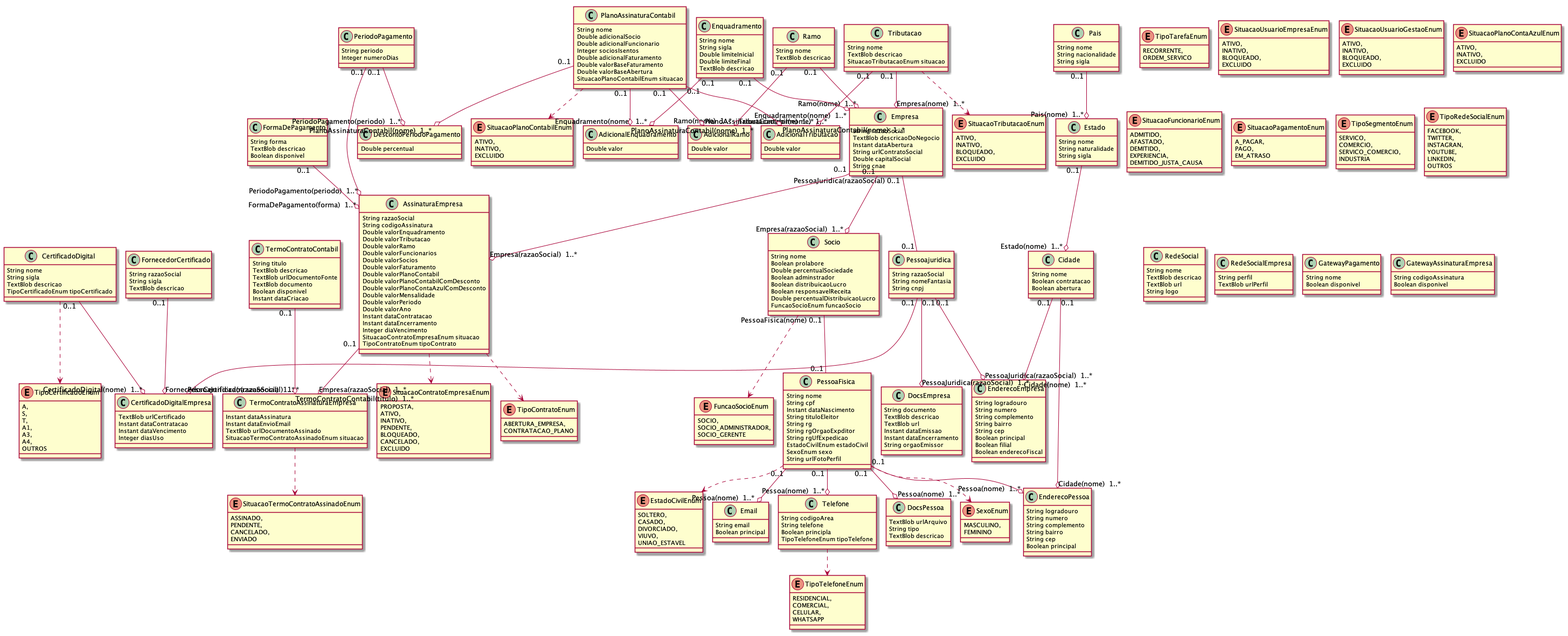
This is diagramas/erpdobem_diagrama.png from dobemcontabilidade/erp_dobemcontabilidade, a PlantUML export, as it was before one commit. Its diagram source:
```plantuml
@startuml
	!pragma layout smetana
	!pragma syntax class
	enum SexoEnum {
		MASCULINO,
		FEMININO
	}
	enum TipoTarefaEnum {
		RECORRENTE,
		ORDEM_SERVICO
	}
	enum SituacaoUsuarioEmpresaEnum {
		ATIVO,
		INATIVO,
		BLOQUEADO,
		EXCLUIDO
	}
	enum SituacaoUsuarioGestaoEnum {
		ATIVO,
		INATIVO,
		BLOQUEADO,
		EXCLUIDO
	}
	enum EstadoCivilEnum {
		SOLTERO,
		CASADO,
		DIVORCIADO,
		VIUVO,
		UNIAO_ESTAVEL
	}
	enum TipoCertificadoEnum {
		A,
		S,
		T,
		A1,
		A3,
		A4,
		OUTROS
	}
	enum SituacaoContratoEmpresaEnum {
		PROPOSTA,
		ATIVO,
		INATIVO,
		PENDENTE,
		BLOQUEADO,
		CANCELADO,
		EXCLUIDO
	}
	enum SituacaoTermoContratoAssinadoEnum {
		ASSINADO,
		PENDENTE,
		CANCELADO,
		ENVIADO
	}
	enum SituacaoPlanoContaAzulEnum {
		ATIVO,
		INATIVO,
		EXCLUIDO
	}
	enum SituacaoPlanoContabilEnum {
		ATIVO,
		INATIVO,
		EXCLUIDO
	}
	enum TipoContratoEnum {
		ABERTURA_EMPRESA,
		CONTRATACAO_PLANO
	}
	enum FuncaoSocioEnum {
		SOCIO,
		SOCIO_ADMINISTRADOR,
		SOCIO_GERENTE
	}
	enum TipoTelefoneEnum {
		RESIDENCIAL,
		COMERCIAL,
		CELULAR,
		WHATSAPP
	}
	enum SituacaoFuncionarioEnum {
		ADMITIDO,
		AFASTADO,
		DEMITIDO,
		EXPERIENCIA,
		DEMITIDO_JUSTA_CAUSA
	}
	enum SituacaoTributacaoEnum {
		ATIVO,
		INATIVO,
		BLOQUEADO,
		EXCLUIDO
	}
	enum SituacaoPagamentoEnum {
		A_PAGAR,
		PAGO,
		EM_ATRASO
	}
	enum TipoSegmentoEnum {
		SERVICO,
		COMERCIO,
		SERVICO_COMERCIO,
		INDUSTRIA
	}
	enum TipoRedeSocialEnum {
		FACEBOOK,
		TWITTER,
		INSTAGRAN,
		YOUTUBE,
		LINKEDIN,
		OUTROS
	}
	class Pessoajuridica  {
		String razaoSocial
		String nomeFantasia
		String cnpj
	}
	class Empresa  {
		String razaoSocial
		TextBlob descricaoDoNegocio
		Instant dataAbertura
		String urlContratoSocial
		Double capitalSocial
		String cnae
	}
	class Socio  {
		String nome
		Boolean prolabore
		Double percentualSociedade
		Boolean adminstrador
		Boolean distribuicaoLucro
		Boolean responsavelReceita
		Double percentualDistribuicaoLucro
		FuncaoSocioEnum funcaoSocio
	}
	Socio ..> FuncaoSocioEnum
	class CertificadoDigital  {
		String nome
		String sigla
		TextBlob descricao
		TipoCertificadoEnum tipoCertificado
	}
	CertificadoDigital ..> TipoCertificadoEnum
	class CertificadoDigitalEmpresa  {
		TextBlob urlCertificado
		Instant dataContratacao
		Instant dataVencimento
		Integer diasUso
	}
	class FornecedorCertificado  {
		String razaoSocial
		String sigla
		TextBlob descricao
	}
	class DocsEmpresa  {
		String documento
		TextBlob descricao
		TextBlob url
		Instant dataEmissao
		Instant dataEncerramento
		String orgaoEmissor
	}
	class RedeSocial  {
		String nome
		TextBlob descricao
		TextBlob url
		String logo
	}
	class RedeSocialEmpresa  {
		String perfil
		TextBlob urlPerfil
	}
	class PessoaFisica  {
		String nome
		String cpf
		Instant dataNascimento
		String tituloEleitor
		String rg
		String rgOrgaoExpditor
		String rgUfExpedicao
		EstadoCivilEnum estadoCivil
		SexoEnum sexo
		String urlFotoPerfil
	}
	PessoaFisica ..> EstadoCivilEnum
	PessoaFisica ..> SexoEnum
	class AssinaturaEmpresa  {
		String razaoSocial
		String codigoAssinatura
		Double valorEnquadramento
		Double valorTributacao
		Double valorRamo
		Double valorFuncionarios
		Double valorSocios
		Double valorFaturamento
		Double valorPlanoContabil
		Double valorPlanoContabilComDesconto
		Double valorPlanoContaAzulComDesconto
		Double valorMensalidade
		Double valorPeriodo
		Double valorAno
		Instant dataContratacao
		Instant dataEncerramento
		Integer diaVencimento
		SituacaoContratoEmpresaEnum situacao
		TipoContratoEnum tipoContrato
	}
	AssinaturaEmpresa ..> SituacaoContratoEmpresaEnum
	AssinaturaEmpresa ..> TipoContratoEnum
	class EnderecoEmpresa  {
		String logradouro
		String numero
		String complemento
		String bairro
		String cep
		Boolean principal
		Boolean filial
		Boolean enderecoFiscal
	}
	class Ramo  {
		String nome
		TextBlob descricao
	}
	class Tributacao  {
		String nome
		TextBlob descricao
		SituacaoTributacaoEnum situacao
	}
	Tributacao ..> SituacaoTributacaoEnum
	class Enquadramento  {
		String nome
		String sigla
		Double limiteInicial
		Double limiteFinal
		TextBlob descricao
	}
	class FormaDePagamento  {
		String forma
		TextBlob descricao
		Boolean disponivel
	}
	class GatewayPagamento  {
		String nome
		Boolean disponivel
	}
	class GatewayAssinaturaEmpresa  {
		String codigoAssinatura
		Boolean disponivel
	}
	class TermoContratoContabil  {
		String titulo
		TextBlob descricao
		TextBlob urlDocumentoFonte
		TextBlob documento
		Boolean disponivel
		Instant dataCriacao
	}
	class TermoContratoAssinaturaEmpresa  {
		Instant dataAssinatura
		Instant dataEnvioEmail
		TextBlob urlDocumentoAssinado
		SituacaoTermoContratoAssinadoEnum situacao
	}
	TermoContratoAssinaturaEmpresa ..> SituacaoTermoContratoAssinadoEnum
	class PeriodoPagamento  {
		String periodo
		Integer numeroDias
	}
	class DescontoPeriodoPagamento  {
		Double percentual
	}
	class PlanoAssinaturaContabil  {
		String nome
		Double adicionalSocio
		Double adicionalFuncionario
		Integer sociosIsentos
		Double adicionalFaturamento
		Double valorBaseFaturamento
		Double valorBaseAbertura
		SituacaoPlanoContabilEnum situacao
	}
	PlanoAssinaturaContabil ..> SituacaoPlanoContabilEnum
	class AdicionalEnquadramento  {
		Double valor
	}
	class AdicionalRamo  {
		Double valor
	}
	class AdicionalTributacao  {
		Double valor
	}
	class Pais  {
		String nome
		String nacionalidade
		String sigla
	}
	class Estado  {
		String nome
		String naturalidade
		String sigla
	}
	class Cidade  {
		String nome
		Boolean contratacao
		Boolean abertura
	}
	class EnderecoPessoa  {
		String logradouro
		String numero
		String complemento
		String bairro
		String cep
		Boolean principal
	}
	class Email  {
		String email
		Boolean principal
	}
	class Telefone  {
		String codigoArea
		String telefone
		Boolean principla
		TipoTelefoneEnum tipoTelefone
	}
	Telefone ..> TipoTelefoneEnum
	class DocsPessoa  {
		TextBlob urlArquivo
		String tipo
		TextBlob descricao
	}
	Socio  "PessoaFisica(nome) 0..1 " -- "0..1 "  PessoaFisica
	Empresa  "PessoaJuridica(razaoSocial) 0..1 " -- "0..1 "  Pessoajuridica
	Pais  "0..1 " --o "Pais(nome)  1..* "  Estado
	PessoaFisica  "0..1 " --o "Pessoa(nome)  1..* "  EnderecoPessoa
	PessoaFisica  "0..1 " --o "Pessoa(nome)  1..* "  DocsPessoa
	PessoaFisica  "0..1 " --o "Pessoa(nome)  1..* "  Email
	PessoaFisica  "0..1 " --o "Pessoa(nome)  1..* "  Telefone
	Cidade  "0..1 " --o "Cidade(nome)  1..* "  EnderecoPessoa
	Cidade  "0..1 " --o "Cidade(nome)  1..* "  EnderecoEmpresa
	Estado  "0..1 " --o "Estado(nome)  1..* "  Cidade
	Pessoajuridica  "0..1 " --o "PessoaJuridica(razaoSocial)  1..* "  CertificadoDigitalEmpresa
	CertificadoDigital  "0..1 " --o "CertificadoDigital(nome)  1..* "  CertificadoDigitalEmpresa
	FornecedorCertificado  "0..1 " --o "FornecedorCertificado(razaoSocial)  1..* "  CertificadoDigitalEmpresa
	Pessoajuridica  "0..1 " --o "PessoaJuridica(razaoSocial)  1..* "  DocsEmpresa
	Pessoajuridica  "0..1 " --o "PessoaJuridica(razaoSocial)  1..* "  EnderecoEmpresa
	PeriodoPagamento  "0..1 " --o "PeriodoPagamento(periodo)  1..* "  AssinaturaEmpresa
	Empresa  "0..1 " --o "Empresa(razaoSocial)  1..* "  Socio
	FormaDePagamento  "0..1 " --o "FormaDePagamento(forma)  1..* "  AssinaturaEmpresa
	Empresa  "0..1 " --o "Empresa(razaoSocial)  1..* "  AssinaturaEmpresa
	Tributacao  "0..1 " --o "Empresa(nome)  1..* "  Empresa
	Tributacao  "0..1 " --o "Tributacao(nome)  1..* "  AdicionalTributacao
	Ramo  "0..1 " --o "Ramo(nome)  1..* "  Empresa
	Ramo  "0..1 " --o "Ramo(nome)  1..* "  AdicionalRamo
	Enquadramento  "0..1 " --o "Enquadramento(nome)  1..* "  Empresa
	Enquadramento  "0..1 " --o "Enquadramento(nome)  1..* "  AdicionalEnquadramento
	PeriodoPagamento  "0..1 " --o "PeriodoPagamento(periodo)  1..* "  DescontoPeriodoPagamento
	PlanoAssinaturaContabil  "0..1 " --o "PlanoAssinaturaContabil(nome)  1..* "  DescontoPeriodoPagamento
	PlanoAssinaturaContabil  "0..1 " --o "PlanoAssinaturaContabil(nome)  1..* "  AdicionalRamo
	PlanoAssinaturaContabil  "0..1 " --o "PlanoAssinaturaContabil(nome)  1..* "  AdicionalTributacao
	PlanoAssinaturaContabil  "0..1 " --o "PlanoAssinaturaContabil(nome)  1..* "  AdicionalEnquadramento
	TermoContratoContabil  "0..1 " --o "TermoContratoContabil(titulo)  1..* "  TermoContratoAssinaturaEmpresa
	AssinaturaEmpresa  "0..1 " --o "Empresa(razaoSocial)  1..* "  TermoContratoAssinaturaEmpresa
@enduml
```
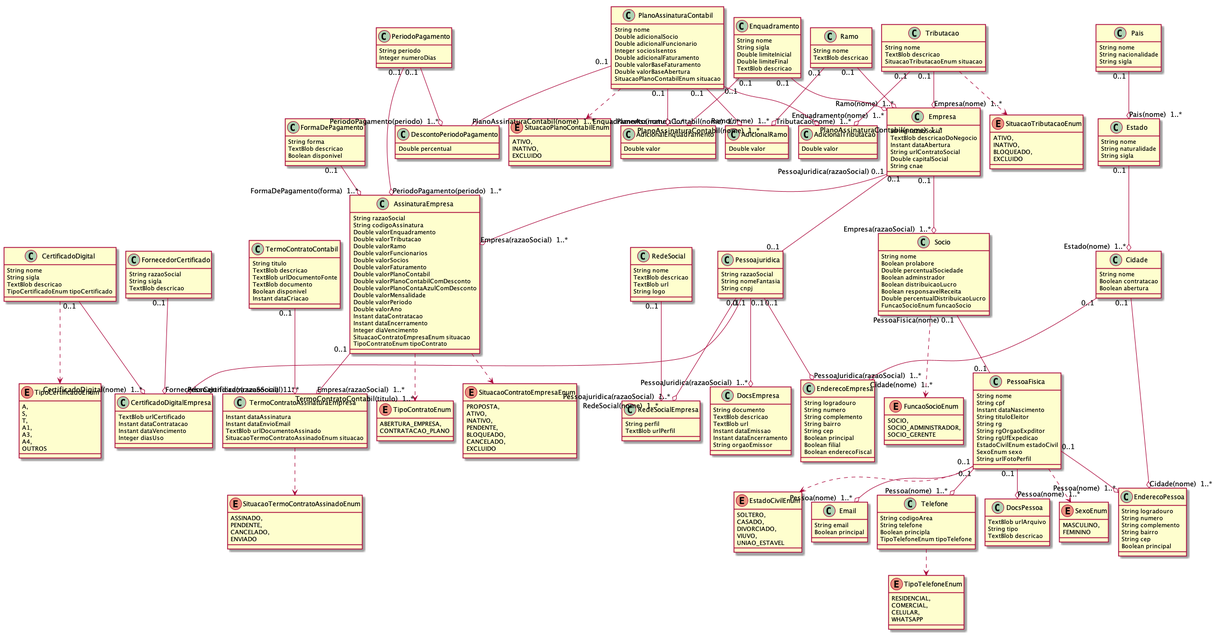
After the change.

Diff of the diagram source:
```diff
@@ -4,22 +4,6 @@
 	enum SexoEnum {
 		MASCULINO,
 		FEMININO
-	}
-	enum TipoTarefaEnum {
-		RECORRENTE,
-		ORDEM_SERVICO
-	}
-	enum SituacaoUsuarioEmpresaEnum {
-		ATIVO,
-		INATIVO,
-		BLOQUEADO,
-		EXCLUIDO
-	}
-	enum SituacaoUsuarioGestaoEnum {
-		ATIVO,
-		INATIVO,
-		BLOQUEADO,
-		EXCLUIDO
 	}
 	enum EstadoCivilEnum {
 		SOLTERO,
@@ -52,11 +36,6 @@
 		CANCELADO,
 		ENVIADO
 	}
-	enum SituacaoPlanoContaAzulEnum {
-		ATIVO,
-		INATIVO,
-		EXCLUIDO
-	}
 	enum SituacaoPlanoContabilEnum {
 		ATIVO,
 		INATIVO,
@@ -77,37 +56,11 @@
 		CELULAR,
 		WHATSAPP
 	}
-	enum SituacaoFuncionarioEnum {
-		ADMITIDO,
-		AFASTADO,
-		DEMITIDO,
-		EXPERIENCIA,
-		DEMITIDO_JUSTA_CAUSA
-	}
 	enum SituacaoTributacaoEnum {
 		ATIVO,
 		INATIVO,
 		BLOQUEADO,
 		EXCLUIDO
-	}
-	enum SituacaoPagamentoEnum {
-		A_PAGAR,
-		PAGO,
-		EM_ATRASO
-	}
-	enum TipoSegmentoEnum {
-		SERVICO,
-		COMERCIO,
-		SERVICO_COMERCIO,
-		INDUSTRIA
-	}
-	enum TipoRedeSocialEnum {
-		FACEBOOK,
-		TWITTER,
-		INSTAGRAN,
-		YOUTUBE,
-		LINKEDIN,
-		OUTROS
 	}
 	class Pessoajuridica  {
 		String razaoSocial
@@ -238,14 +191,6 @@
 		TextBlob descricao
 		Boolean disponivel
 	}
-	class GatewayPagamento  {
-		String nome
-		Boolean disponivel
-	}
-	class GatewayAssinaturaEmpresa  {
-		String codigoAssinatura
-		Boolean disponivel
-	}
 	class TermoContratoContabil  {
 		String titulo
 		TextBlob descricao
@@ -329,6 +274,8 @@
 	}
 	Socio  "PessoaFisica(nome) 0..1 " -- "0..1 "  PessoaFisica
 	Empresa  "PessoaJuridica(razaoSocial) 0..1 " -- "0..1 "  Pessoajuridica
+	RedeSocial  "0..1 " --o "RedeSocial(nome)  1..* "  RedeSocialEmpresa
+	Pessoajuridica  "0..1 " --o "Pessoajuridica(razaoSocial)  1..* "  RedeSocialEmpresa
 	Pais  "0..1 " --o "Pais(nome)  1..* "  Estado
 	PessoaFisica  "0..1 " --o "Pessoa(nome)  1..* "  EnderecoPessoa
 	PessoaFisica  "0..1 " --o "Pessoa(nome)  1..* "  DocsPessoa
```
